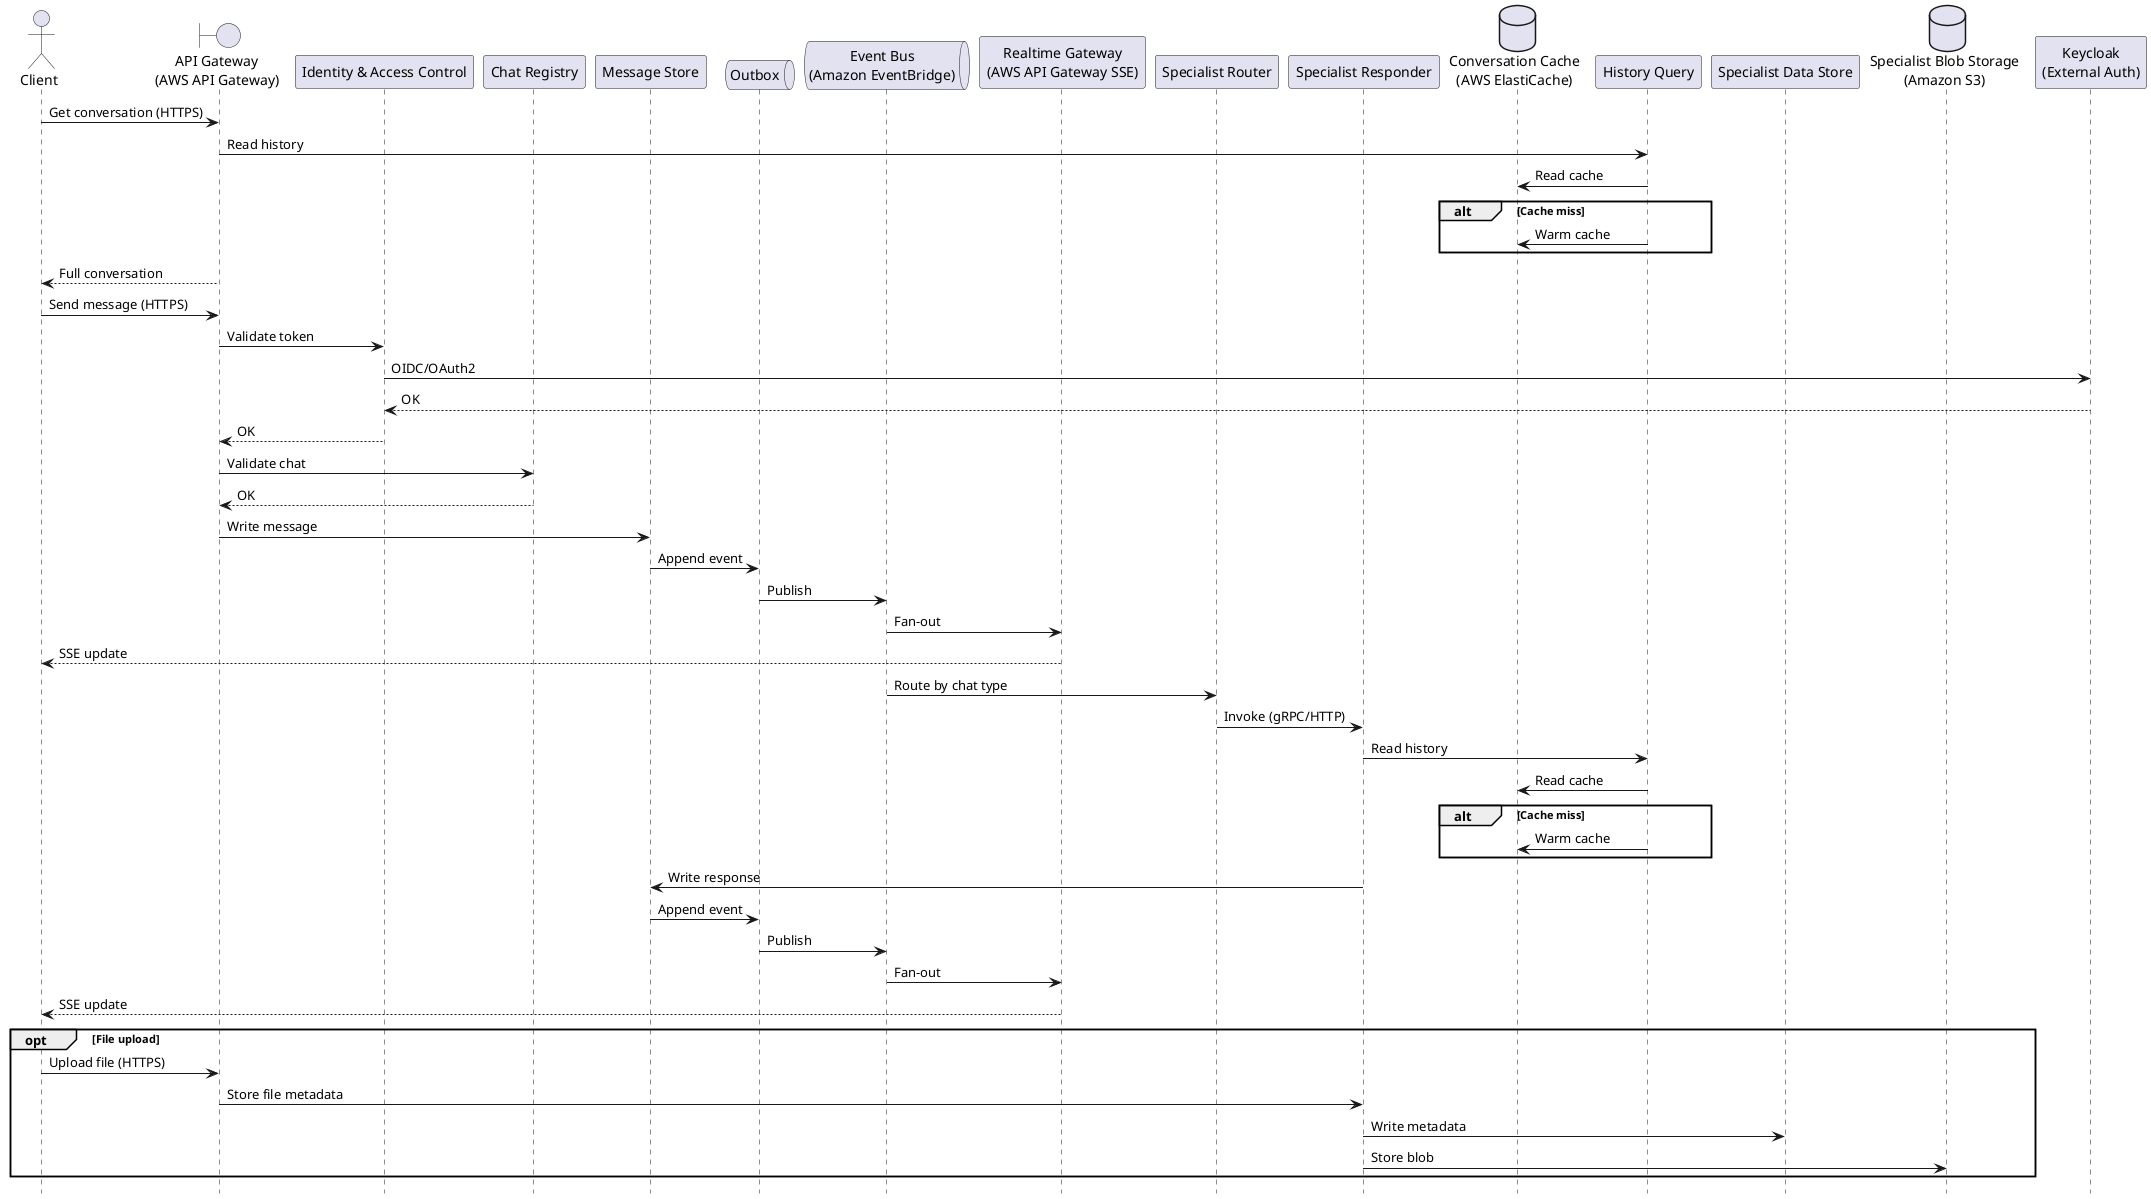
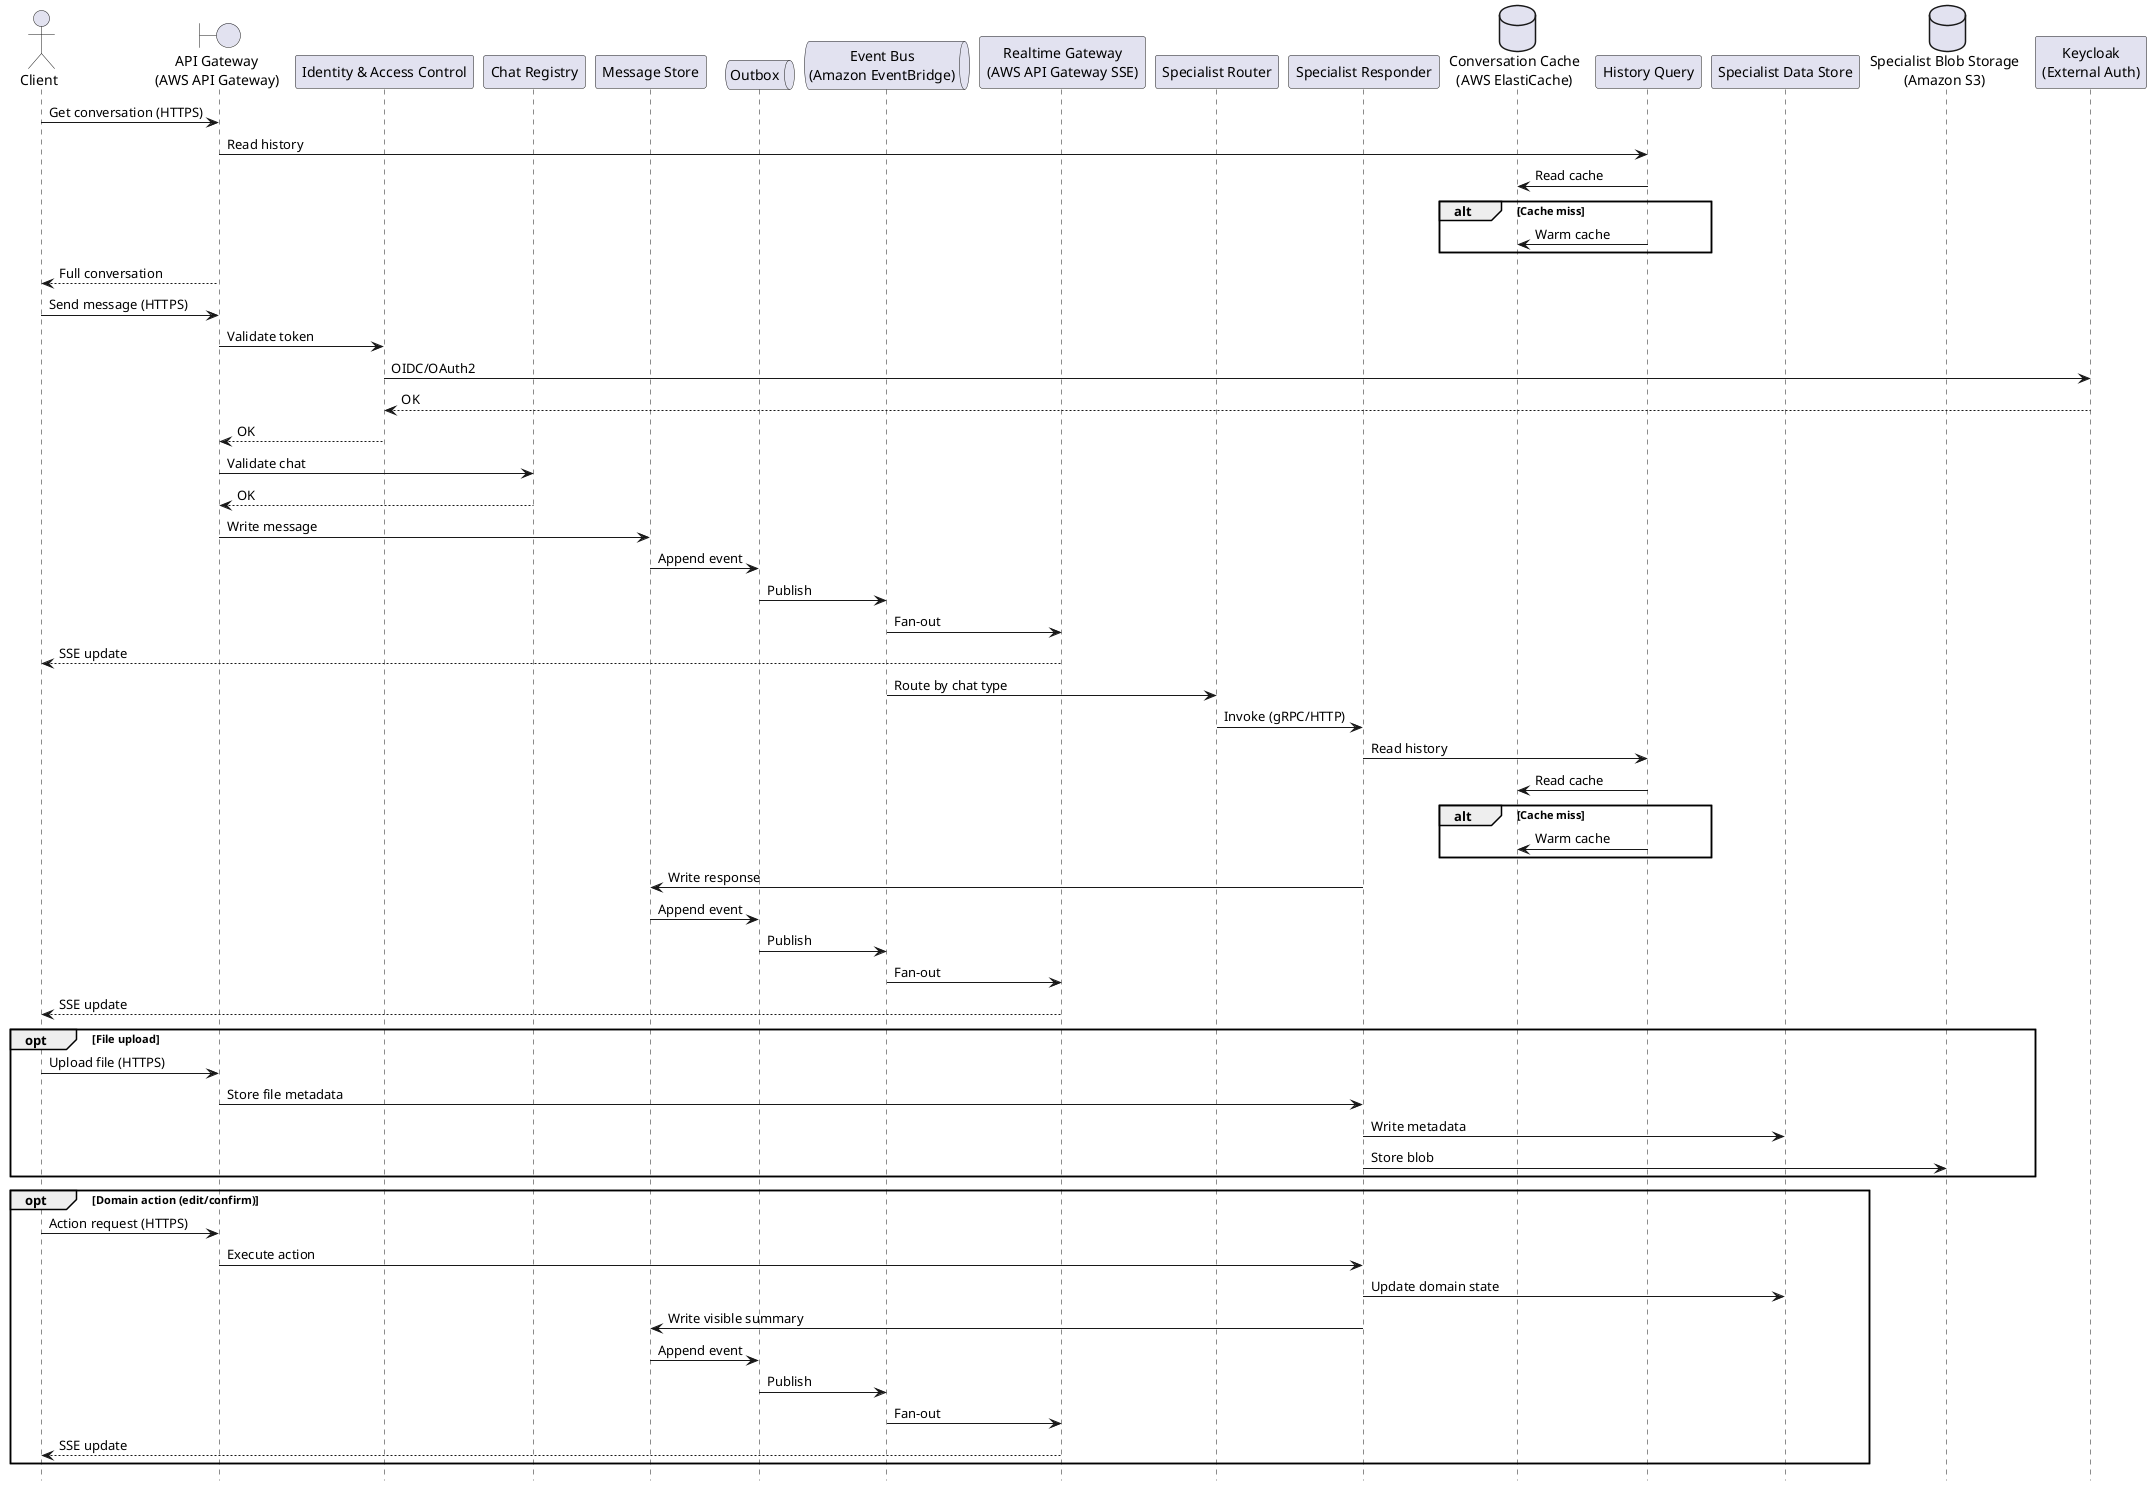
@startuml
hide footbox

actor Client
boundary "API Gateway\n(AWS API Gateway)" as APIGW
participant "Identity & Access Control" as IAM
participant "Chat Registry" as ChatReg
participant "Message Store" as MsgStore
queue "Outbox" as Outbox
queue "Event Bus\n(Amazon EventBridge)" as EventBus
participant "Realtime Gateway\n(AWS API Gateway SSE)" as RTGW
participant "Specialist Router" as Router
participant "Specialist Responder" as Specialist
database "Conversation Cache\n(AWS ElastiCache)" as Cache
participant "History Query" as History
participant "Specialist Data Store" as SpecDB
database "Specialist Blob Storage\n(Amazon S3)" as SpecBlob

participant "Keycloak\n(External Auth)" as Keycloak

Client -> APIGW : Get conversation (HTTPS)
APIGW -> History : Read history
History -> Cache : Read cache
alt Cache miss
  History -> Cache : Warm cache
end
APIGW --> Client : Full conversation

Client -> APIGW : Send message (HTTPS)
APIGW -> IAM : Validate token
IAM -> Keycloak : OIDC/OAuth2
Keycloak --> IAM : OK
IAM --> APIGW : OK
APIGW -> ChatReg : Validate chat
ChatReg --> APIGW : OK
APIGW -> MsgStore : Write message
MsgStore -> Outbox : Append event
Outbox -> EventBus : Publish
EventBus -> RTGW : Fan-out
RTGW --> Client : SSE update

EventBus -> Router : Route by chat type
Router -> Specialist : Invoke (gRPC/HTTP)

Specialist -> History : Read history
History -> Cache : Read cache
alt Cache miss
  History -> Cache : Warm cache
end
Specialist -> MsgStore : Write response
MsgStore -> Outbox : Append event
Outbox -> EventBus : Publish
EventBus -> RTGW : Fan-out
RTGW --> Client : SSE update

opt File upload
  Client -> APIGW : Upload file (HTTPS)
  APIGW -> Specialist : Store file metadata
  Specialist -> SpecDB : Write metadata
  Specialist -> SpecBlob : Store blob
end

+ opt Domain action (edit/confirm)
+   Client -> APIGW : Action request (HTTPS)
+   APIGW -> Specialist : Execute action
+   Specialist -> SpecDB : Update domain state
+   Specialist -> MsgStore : Write visible summary
+   MsgStore -> Outbox : Append event
+   Outbox -> EventBus : Publish
+   EventBus -> RTGW : Fan-out
+   RTGW --> Client : SSE update
+ end
+ 
@enduml
